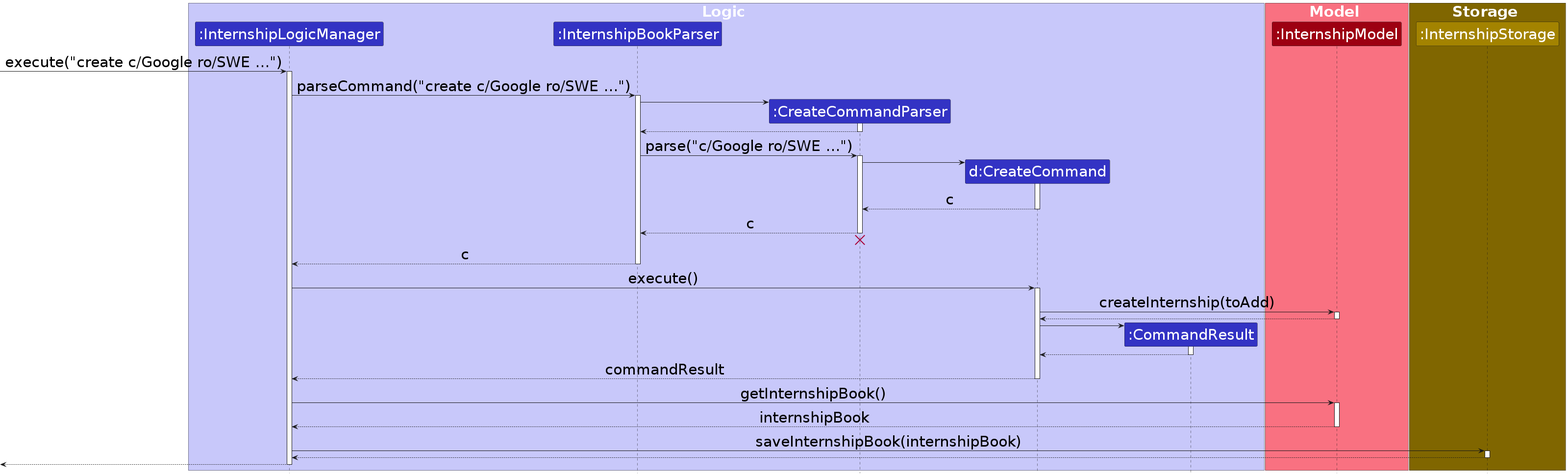
Before: diagrams/CreateSequenceDiagram.png, a diagram exported from PlantUML (AY2324S1-CS2103T-W17-1/tp). Its source is kept beside it as diagrams/CreateSequenceDiagram.puml.
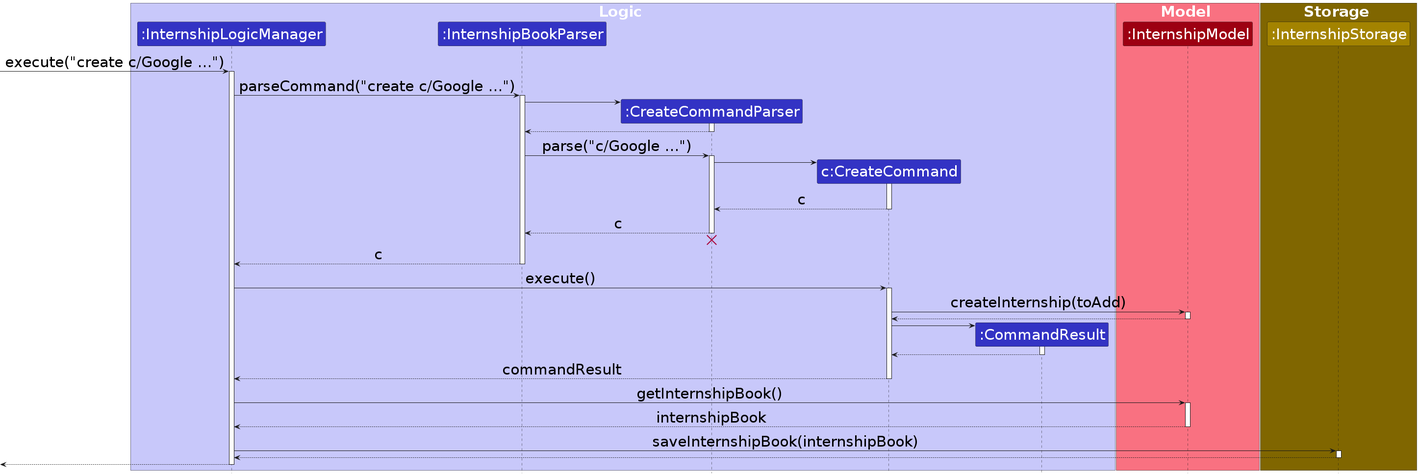
After the change.

What changed in the source:
```diff
@@ -7,7 +7,7 @@
 participant ":InternshipLogicManager" as InternshipLogicManager LOGIC_COLOR
 participant ":InternshipBookParser" as InternshipBookParser LOGIC_COLOR
 participant ":CreateCommandParser" as CreateCommandParser LOGIC_COLOR
-participant "d:CreateCommand" as CreateCommand LOGIC_COLOR
+participant "c:CreateCommand" as CreateCommand LOGIC_COLOR
 participant ":CommandResult" as CommandResult LOGIC_COLOR
 end box
 
@@ -19,10 +19,10 @@
 participant ":InternshipStorage" as Storage STORAGE_COLOR
 end box
 
-[-> InternshipLogicManager : execute("create c/Google ro/SWE ...")
+[-> InternshipLogicManager : execute("create c/Google ...")
 activate InternshipLogicManager
 
-InternshipLogicManager -> InternshipBookParser : parseCommand("create c/Google ro/SWE ...")
+InternshipLogicManager -> InternshipBookParser : parseCommand("create c/Google ...")
 activate InternshipBookParser
 
 create CreateCommandParser
@@ -32,7 +32,7 @@
 CreateCommandParser --> InternshipBookParser
 deactivate CreateCommandParser
 
-InternshipBookParser -> CreateCommandParser : parse("c/Google ro/SWE ...")
+InternshipBookParser -> CreateCommandParser : parse("c/Google ...")
 activate CreateCommandParser
 
 create CreateCommand
```
